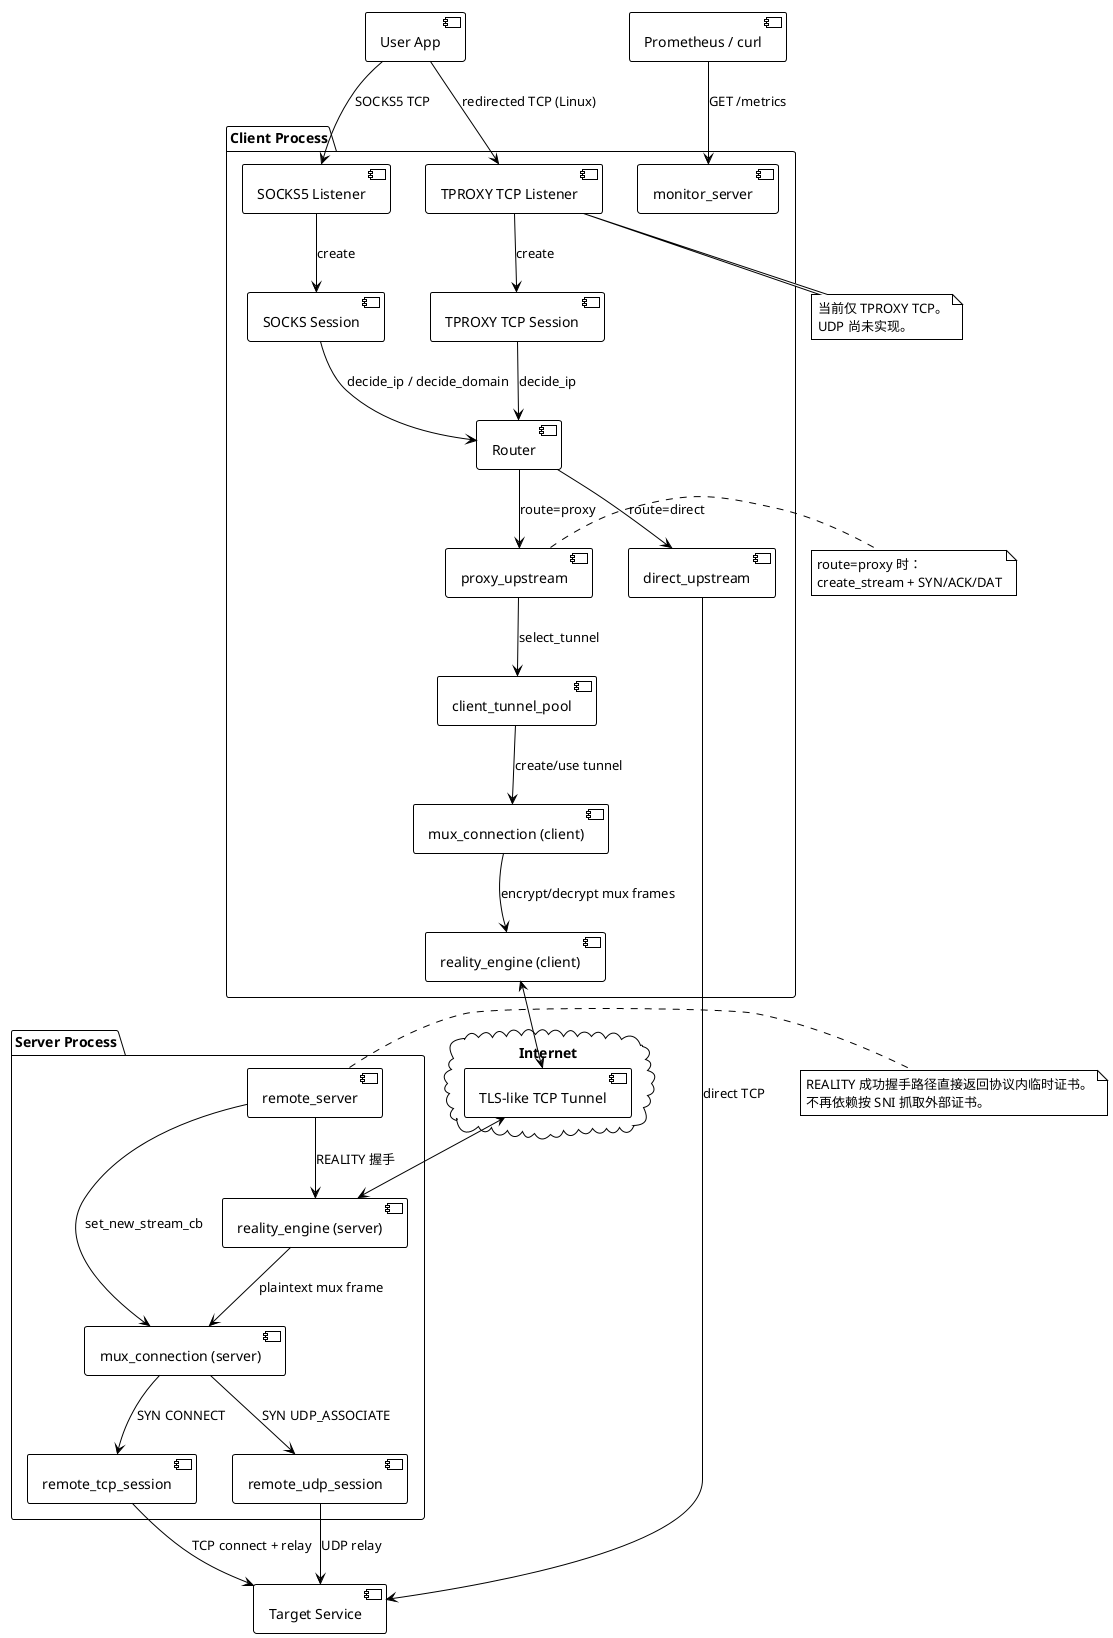
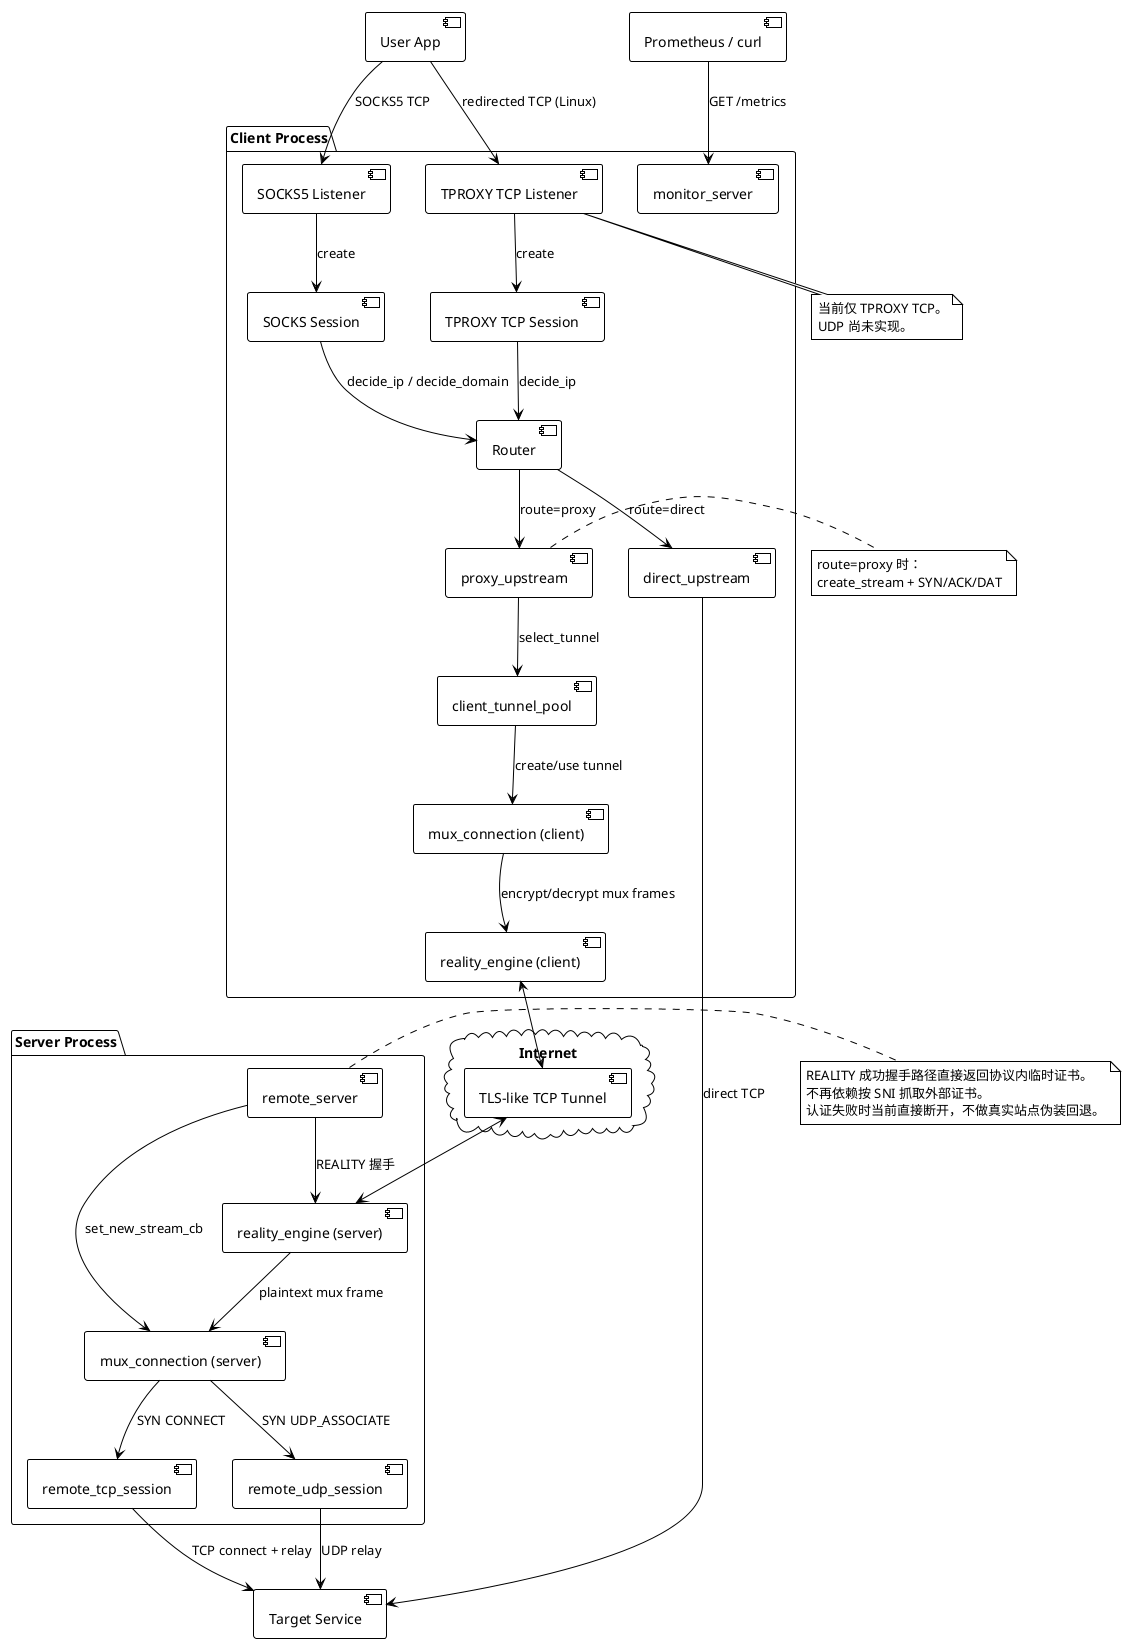
@startuml
!theme plain
skinparam componentStyle uml2

package "Client Process" {
    [SOCKS5 Listener] as SocksListener
    [SOCKS Session] as SocksSession
    [TPROXY TCP Listener] as TproxyListener
    [TPROXY TCP Session] as TproxySession

    [Router] as Router
    [direct_upstream] as DirectUpstream
    [proxy_upstream] as ProxyUpstream

    [client_tunnel_pool] as TunnelPool
    [mux_connection (client)] as ClientMux
    [reality_engine (client)] as ClientReality

    [monitor_server] as Monitor
}

cloud "Internet" {
    [TLS-like TCP Tunnel] as Network
}

package "Server Process" {
    [remote_server] as RemoteServer
    [mux_connection (server)] as ServerMux
    [reality_engine (server)] as ServerReality
    [remote_tcp_session] as RemoteTcp
    [remote_udp_session] as RemoteUdp
}

[User App] as App
[Target Service] as Target
[Prometheus / curl] as MetricsClient

App --> SocksListener : SOCKS5 TCP
SocksListener --> SocksSession : create

App --> TproxyListener : redirected TCP (Linux)
TproxyListener --> TproxySession : create

SocksSession --> Router : decide_ip / decide_domain
TproxySession --> Router : decide_ip

Router --> DirectUpstream : route=direct
Router --> ProxyUpstream : route=proxy

DirectUpstream --> Target : direct TCP

ProxyUpstream --> TunnelPool : select_tunnel
TunnelPool --> ClientMux : create/use tunnel
ClientMux --> ClientReality : encrypt/decrypt mux frames
ClientReality <--> Network
Network <--> ServerReality
ServerReality --> ServerMux : plaintext mux frame

RemoteServer --> ServerReality : REALITY 握手
RemoteServer --> ServerMux : set_new_stream_cb
ServerMux --> RemoteTcp : SYN CONNECT
ServerMux --> RemoteUdp : SYN UDP_ASSOCIATE

RemoteTcp --> Target : TCP connect + relay
RemoteUdp --> Target : UDP relay

MetricsClient --> Monitor : GET /metrics

note right of ProxyUpstream
  route=proxy 时：
  create_stream + SYN/ACK/DAT
end note

note right of RemoteServer
  REALITY 成功握手路径直接返回协议内临时证书。
  不再依赖按 SNI 抓取外部证书。
+   认证失败时当前直接断开，不做真实站点伪装回退。
end note

note bottom of TproxyListener
  当前仅 TPROXY TCP。
  UDP 尚未实现。
end note

@enduml
